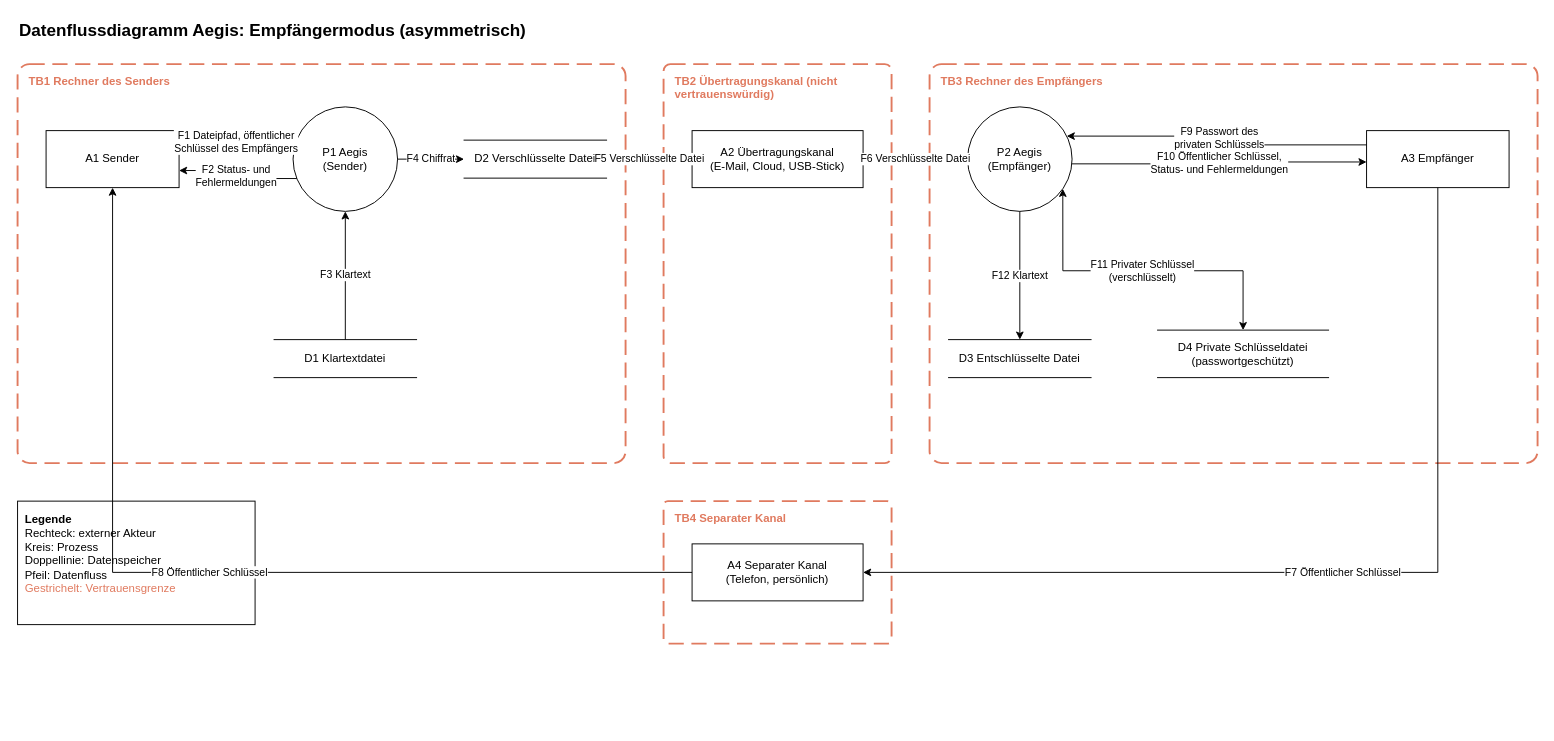
Earlier version of the draw.io diagram page "Empfängermodus" (2 of 2) of Bedrohungsmodell/Datenflussdiagramm.drawio (Lemnos-Labs/Aegis). Source tidied: cells renumbered, new cells numbered last; positions are measured from the earlier drawing's top-left corner, leaving out a move shared by most shapes. Both pictures are drawn from the tidied source at 95%, with x=0, y=0 at pixel (17, 16).
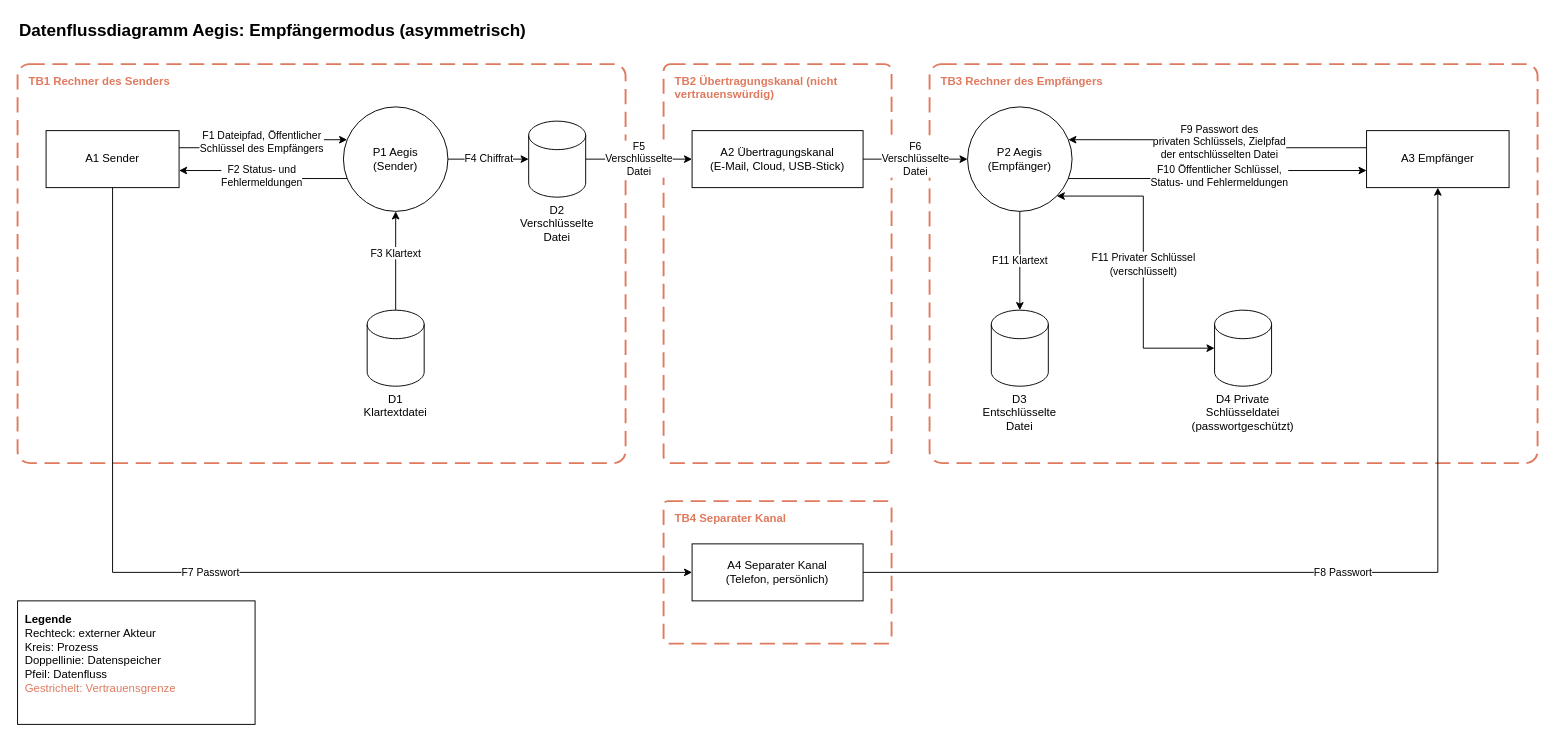
After the change.

The change refers to these unchanged cells:
```xml
<mxCell id="7" value="A1 Sender" style="rounded=0;whiteSpace=wrap;html=1;fillColor=none;" parent="1" vertex="1">
  <mxGeometry x="30" y="120" width="140" height="60" as="geometry" />
</mxCell>
<mxCell id="11" value="A2 Übertragungskanal&lt;br&gt;(E-Mail, Cloud, USB-Stick)" style="rounded=0;whiteSpace=wrap;html=1;fillColor=none;" parent="1" vertex="1">
  <mxGeometry x="710" y="120" width="180" height="60" as="geometry" />
</mxCell>
<mxCell id="12" value="P2 Aegis&lt;br&gt;(Empfänger)" style="ellipse;whiteSpace=wrap;html=1;fillColor=none;" parent="1" vertex="1">
  <mxGeometry x="1000" y="95" width="110" height="110" as="geometry" />
</mxCell>
<mxCell id="14" value="A3 Empfänger" style="rounded=0;whiteSpace=wrap;html=1;fillColor=none;" parent="1" vertex="1">
  <mxGeometry x="1420" y="120" width="150" height="60" as="geometry" />
</mxCell>
<mxCell id="15" value="A4 Separater Kanal&lt;br&gt;(Telefon, persönlich)" style="rounded=0;whiteSpace=wrap;html=1;fillColor=none;" parent="1" vertex="1">
  <mxGeometry x="710" y="555" width="180" height="60" as="geometry" />
</mxCell>
```

What changed in the source:
```diff
@@
     <mxCell id="8" value="P1 Aegis&lt;br&gt;(Sender)" style="ellipse;whiteSpace=wrap;html=1;fillColor=none;" parent="1" vertex="1">
-      <mxGeometry x="290" y="95" width="110" height="110" as="geometry" />
+      <mxGeometry x="343" y="95" width="110" height="110" as="geometry" />
     </mxCell>
-    <mxCell id="9" value="D1 Klartextdatei" style="shape=partialRectangle;whiteSpace=wrap;html=1;left=0;right=0;fillColor=none;" parent="1" vertex="1">
-      <mxGeometry x="270" y="340" width="150" height="40" as="geometry" />
-    </mxCell>
-    <mxCell id="10" value="D2 Verschlüsselte Datei" style="shape=partialRectangle;whiteSpace=wrap;html=1;left=0;right=0;fillColor=none;" parent="1" vertex="1">
-      <mxGeometry x="470" y="130" width="150" height="40" as="geometry" />
-    </mxCell>
@@
-    <mxCell id="13" value="D3 Entschlüsselte Datei" style="shape=partialRectangle;whiteSpace=wrap;html=1;left=0;right=0;fillColor=none;" parent="1" vertex="1">
-      <mxGeometry x="980" y="340" width="150" height="40" as="geometry" />
-    </mxCell>
@@
     <mxCell id="16" value="&lt;b&gt;Legende&lt;/b&gt;&lt;br&gt;Rechteck: externer Akteur&lt;br&gt;Kreis: Prozess&lt;br&gt;Doppellinie: Datenspeicher&lt;br&gt;Pfeil: Datenfluss&lt;br&gt;&lt;font color=&quot;#E07A5F&quot;&gt;Gestrichelt: Vertrauensgrenze&lt;/font&gt;" style="text;html=1;align=left;verticalAlign=top;whiteSpace=wrap;rounded=0;strokeColor=default;fillColor=none;spacing=8;fontSize=12;" parent="1" vertex="1">
-      <mxGeometry y="510" width="250" height="130" as="geometry" />
+      <mxGeometry y="615" width="250" height="130" as="geometry" />
     </mxCell>
-    <mxCell id="17" value="D4 Private Schlüsseldatei&lt;br&gt;(passwortgeschützt)" style="shape=partialRectangle;whiteSpace=wrap;html=1;left=0;right=0;fillColor=none;" parent="1" vertex="1">
-      <mxGeometry x="1200" y="330" width="180" height="50" as="geometry" />
-    </mxCell>
-    <mxCell id="18" value="F1 Dateipfad, öffentlicher&lt;br&gt;Schlüssel des Empfängers" style="edgeStyle=orthogonalEdgeStyle;rounded=0;html=1;endArrow=classic;endFill=1;labelBackgroundColor=default;fontSize=11;exitX=1;exitY=0.3;exitDx=0;exitDy=0;entryX=0;entryY=0.3;entryDx=0;entryDy=0;" parent="1" edge="1" source="7" target="8">
+    <mxCell id="18" value="F1 Dateipfad, Öffentlicher&lt;div&gt;Schlüssel des Empfängers&lt;/div&gt;" style="edgeStyle=orthogonalEdgeStyle;rounded=0;html=1;endArrow=classic;endFill=1;labelBackgroundColor=default;fontSize=11;exitX=1;exitY=0.3;exitDx=0;exitDy=0;entryX=0;entryY=0.3;entryDx=0;entryDy=0;" parent="1" edge="1" source="7" target="8">
       <mxGeometry relative="1" as="geometry" />
     </mxCell>
@@
-    <mxCell id="20" value="F3 Klartext" style="edgeStyle=orthogonalEdgeStyle;rounded=0;html=1;endArrow=classic;endFill=1;labelBackgroundColor=default;fontSize=11;exitX=0.5;exitY=0;exitDx=0;exitDy=0;entryX=0.5;entryY=1;entryDx=0;entryDy=0;" parent="1" edge="1" source="9" target="8">
-      <mxGeometry relative="1" as="geometry" />
+    <mxCell id="20" value="F3 Klartext" style="edgeStyle=orthogonalEdgeStyle;rounded=0;html=1;endArrow=classic;endFill=1;labelBackgroundColor=default;fontSize=11;exitX=0.5;exitY=0;exitDx=0;exitDy=0;entryX=0.5;entryY=1;entryDx=0;entryDy=0;exitPerimeter=0;" parent="1" edge="1" source="9" target="8">
+      <mxGeometry x="0.15" relative="1" as="geometry" />
     </mxCell>
-    <mxCell id="21" value="F4 Chiffrat" style="edgeStyle=orthogonalEdgeStyle;rounded=0;html=1;endArrow=classic;endFill=1;labelBackgroundColor=default;fontSize=11;exitX=1;exitY=0.5;exitDx=0;exitDy=0;entryX=0;entryY=0.5;entryDx=0;entryDy=0;" parent="1" edge="1" source="8" target="10">
+    <mxCell id="21" value="F4 Chiffrat" style="edgeStyle=orthogonalEdgeStyle;rounded=0;html=1;endArrow=classic;endFill=1;labelBackgroundColor=default;fontSize=11;exitX=1;exitY=0.5;exitDx=0;exitDy=0;entryX=0;entryY=0.5;entryDx=0;entryDy=0;entryPerimeter=0;" parent="1" edge="1" source="8" target="10">
       <mxGeometry relative="1" as="geometry" />
     </mxCell>
-    <mxCell id="22" value="F5 Verschlüsselte Datei" style="edgeStyle=orthogonalEdgeStyle;rounded=0;html=1;endArrow=classic;endFill=1;labelBackgroundColor=default;fontSize=11;exitX=1;exitY=0.5;exitDx=0;exitDy=0;entryX=0;entryY=0.5;entryDx=0;entryDy=0;" parent="1" edge="1" source="10" target="11">
-      <mxGeometry relative="1" as="geometry" />
-    </mxCell>
-    <mxCell id="23" value="F6 Verschlüsselte Datei" style="edgeStyle=orthogonalEdgeStyle;rounded=0;html=1;endArrow=classic;endFill=1;labelBackgroundColor=default;fontSize=11;exitX=1;exitY=0.5;exitDx=0;exitDy=0;entryX=0;entryY=0.5;entryDx=0;entryDy=0;" parent="1" edge="1" source="11" target="12">
+    <mxCell id="23" value="F6&lt;div&gt;Verschlüsselte&lt;/div&gt;&lt;div&gt;Datei&lt;/div&gt;" style="edgeStyle=orthogonalEdgeStyle;rounded=0;html=1;endArrow=classic;endFill=1;labelBackgroundColor=default;fontSize=11;exitX=1;exitY=0.5;exitDx=0;exitDy=0;entryX=0;entryY=0.5;entryDx=0;entryDy=0;" parent="1" edge="1" source="11" target="12">
       <mxGeometry relative="1" as="geometry" />
     </mxCell>
-    <mxCell id="24" value="F7 Öffentlicher Schlüssel" style="edgeStyle=orthogonalEdgeStyle;rounded=0;html=1;endArrow=classic;endFill=1;labelBackgroundColor=default;fontSize=11;exitX=0.5;exitY=1;exitDx=0;exitDy=0;entryX=1;entryY=0.5;entryDx=0;entryDy=0;" parent="1" edge="1" source="14" target="15">
-      <mxGeometry relative="1" as="geometry" />
-    </mxCell>
-    <mxCell id="25" value="F8 Öffentlicher Schlüssel" style="edgeStyle=orthogonalEdgeStyle;rounded=0;html=1;endArrow=classic;endFill=1;labelBackgroundColor=default;fontSize=11;exitX=0;exitY=0.5;exitDx=0;exitDy=0;entryX=0.5;entryY=1;entryDx=0;entryDy=0;" parent="1" edge="1" source="15" target="7">
-      <mxGeometry relative="1" as="geometry" />
-    </mxCell>
+    <mxCell id="30" value="F7 Passwort" style="edgeStyle=orthogonalEdgeStyle;rounded=0;html=1;endArrow=classic;endFill=1;labelBackgroundColor=default;fontSize=11;exitX=0.5;exitY=1;exitDx=0;exitDy=0;entryX=0;entryY=0.5;entryDx=0;entryDy=0;" parent="1" edge="1" source="7" target="15">
+      <mxGeometry relative="1" as="geometry" />
+    </mxCell>
+    <mxCell id="31" value="F8 Passwort" style="edgeStyle=orthogonalEdgeStyle;rounded=0;html=1;endArrow=classic;endFill=1;labelBackgroundColor=default;fontSize=11;exitX=1;exitY=0.5;exitDx=0;exitDy=0;entryX=0.5;entryY=1;entryDx=0;entryDy=0;" parent="1" edge="1" source="15" target="14">
+      <mxGeometry relative="1" as="geometry" />
+    </mxCell>
-    <mxCell id="26" value="F9 Passwort des&lt;br&gt;privaten Schlüssels" style="edgeStyle=orthogonalEdgeStyle;rounded=0;html=1;endArrow=classic;endFill=1;labelBackgroundColor=default;fontSize=11;exitX=0;exitY=0.25;exitDx=0;exitDy=0;entryX=1;entryY=0.25;entryDx=0;entryDy=0;" parent="1" edge="1" source="14" target="12">
+    <mxCell id="26" value="F9 Passwort des&lt;div&gt;privaten Schlüssels, Zielpfad&lt;/div&gt;&lt;div&gt;der&amp;nbsp;&lt;span style=&quot;background-color: light-dark(#ffffff, var(--ge-dark-color, #121212)); color: light-dark(rgb(0, 0, 0), rgb(255, 255, 255));&quot;&gt;entschlüsselten Datei&lt;/span&gt;&lt;/div&gt;" style="edgeStyle=orthogonalEdgeStyle;rounded=0;html=1;endArrow=classic;endFill=1;labelBackgroundColor=default;fontSize=11;exitX=0;exitY=0.3;exitDx=0;exitDy=0;entryX=1;entryY=0.3;entryDx=0;entryDy=0;" parent="1" edge="1" source="14" target="12">
       <mxGeometry relative="1" as="geometry" />
     </mxCell>
-    <mxCell id="27" value="F10 Öffentlicher Schlüssel,&lt;br&gt;Status- und Fehlermeldungen" style="edgeStyle=orthogonalEdgeStyle;rounded=0;html=1;endArrow=classic;endFill=1;labelBackgroundColor=default;fontSize=11;exitX=1;exitY=0.55;exitDx=0;exitDy=0;entryX=0;entryY=0.55;entryDx=0;entryDy=0;" parent="1" edge="1" source="12" target="14">
+    <mxCell id="27" value="F10 Öffentlicher Schlüssel,&lt;br&gt;Status- und Fehlermeldungen" style="edgeStyle=orthogonalEdgeStyle;rounded=0;html=1;endArrow=classic;endFill=1;labelBackgroundColor=default;fontSize=11;exitX=1;exitY=0.7;exitDx=0;exitDy=0;entryX=0;entryY=0.7;entryDx=0;entryDy=0;" parent="1" edge="1" source="12" target="14">
       <mxGeometry relative="1" as="geometry" />
     </mxCell>
+    <mxCell id="29" value="F11 Klartext" style="edgeStyle=orthogonalEdgeStyle;rounded=0;html=1;endArrow=classic;endFill=1;labelBackgroundColor=default;fontSize=11;exitX=0.5;exitY=1;exitDx=0;exitDy=0;entryX=0.5;entryY=0;entryDx=0;entryDy=0;entryPerimeter=0;" parent="1" edge="1" source="12" target="13">
+      <mxGeometry relative="1" as="geometry" />
+    </mxCell>
+    <mxCell id="9" value="D1 Klartextdatei" style="shape=cylinder3;whiteSpace=wrap;html=1;boundedLbl=1;backgroundOutline=1;size=15;labelPosition=center;verticalLabelPosition=bottom;align=center;verticalAlign=top;" parent="1" vertex="1">
+      <mxGeometry x="368" y="309" width="60" height="80" as="geometry" />
+    </mxCell>
+    <mxCell id="22" value="F5&lt;div&gt;Verschlüsselte&lt;/div&gt;&lt;div&gt;Datei&lt;/div&gt;" style="edgeStyle=orthogonalEdgeStyle;rounded=0;jettySize=auto;html=1;entryX=0;entryY=0.5;entryDx=0;entryDy=0;" parent="1" edge="1" source="10" target="11">
+      <mxGeometry relative="1" as="geometry" />
+    </mxCell>
+    <mxCell id="10" value="D2 Verschlüsselte Datei" style="shape=cylinder3;whiteSpace=wrap;html=1;boundedLbl=1;backgroundOutline=1;size=15;labelPosition=center;verticalLabelPosition=bottom;align=center;verticalAlign=top;" parent="1" vertex="1">
+      <mxGeometry x="538" y="110" width="60" height="80" as="geometry" />
+    </mxCell>
+    <mxCell id="13" value="D3 Entschlüsselte Datei" style="shape=cylinder3;whiteSpace=wrap;html=1;boundedLbl=1;backgroundOutline=1;size=15;labelPosition=center;verticalLabelPosition=bottom;align=center;verticalAlign=top;" parent="1" vertex="1">
+      <mxGeometry x="1025" y="309" width="60" height="80" as="geometry" />
+    </mxCell>
+    <mxCell id="17" value="D4 Private Schlüsseldatei (passwortgeschützt)" style="shape=cylinder3;whiteSpace=wrap;html=1;boundedLbl=1;backgroundOutline=1;size=15;labelPosition=center;verticalLabelPosition=bottom;align=center;verticalAlign=top;" parent="1" vertex="1">
+      <mxGeometry x="1260" y="309" width="60" height="80" as="geometry" />
+    </mxCell>
-    <mxCell id="28" value="F11 Privater Schlüssel&lt;br&gt;(verschlüsselt)" style="edgeStyle=orthogonalEdgeStyle;rounded=0;html=1;endArrow=classic;endFill=1;labelBackgroundColor=default;fontSize=11;exitX=0.5;exitY=0;exitDx=0;exitDy=0;entryX=1;entryY=0.85;entryDx=0;entryDy=0;startArrow=classic;startFill=1;" parent="1" edge="1" source="17" target="12">
+    <mxCell id="28" value="F11 Privater Schlüssel&lt;div&gt;(verschlüsselt)&lt;/div&gt;" style="edgeStyle=orthogonalEdgeStyle;rounded=0;jettySize=auto;html=1;exitX=1;exitY=1;exitDx=0;exitDy=0;entryX=0;entryY=0.5;entryDx=0;entryDy=0;entryPerimeter=0;startArrow=classic;startFill=1;" parent="1" edge="1" source="12" target="17">
       <mxGeometry relative="1" as="geometry" />
     </mxCell>
-    <mxCell id="29" value="F12 Klartext" style="edgeStyle=orthogonalEdgeStyle;rounded=0;html=1;endArrow=classic;endFill=1;labelBackgroundColor=default;fontSize=11;exitX=0.5;exitY=1;exitDx=0;exitDy=0;entryX=0.5;entryY=0;entryDx=0;entryDy=0;" parent="1" edge="1" source="12" target="13">
-      <mxGeometry relative="1" as="geometry" />
-    </mxCell>
```
